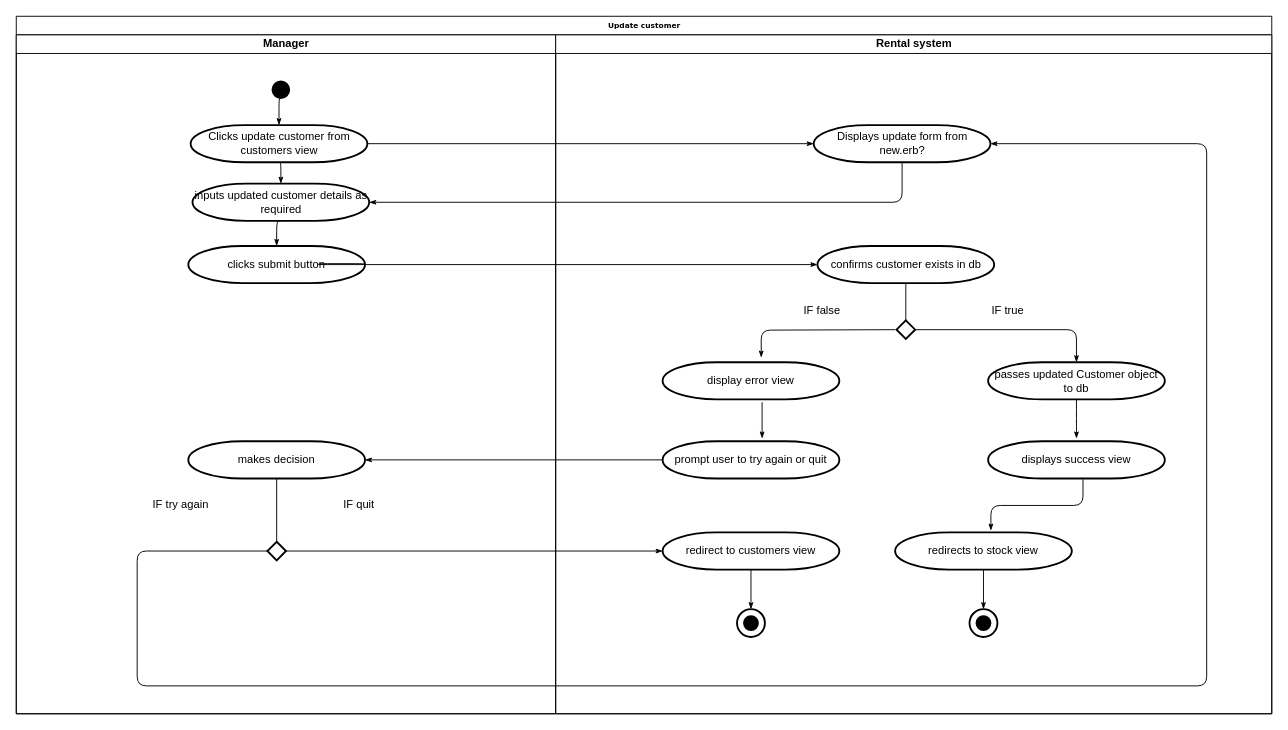
This is PDA/Diagrams/activity_diagrams/update_customer_activity_diagram.drawio from ED1978/Kitesurf-Rental-Store, a draw.io file, before an edit. Source tidied: cells renumbered, new cells numbered last; positions are measured from the earlier drawing's top-left corner, leaving out a move shared by most shapes. Both pictures are drawn from the tidied source at 93%, with x=0, y=0 at pixel (16, 16).
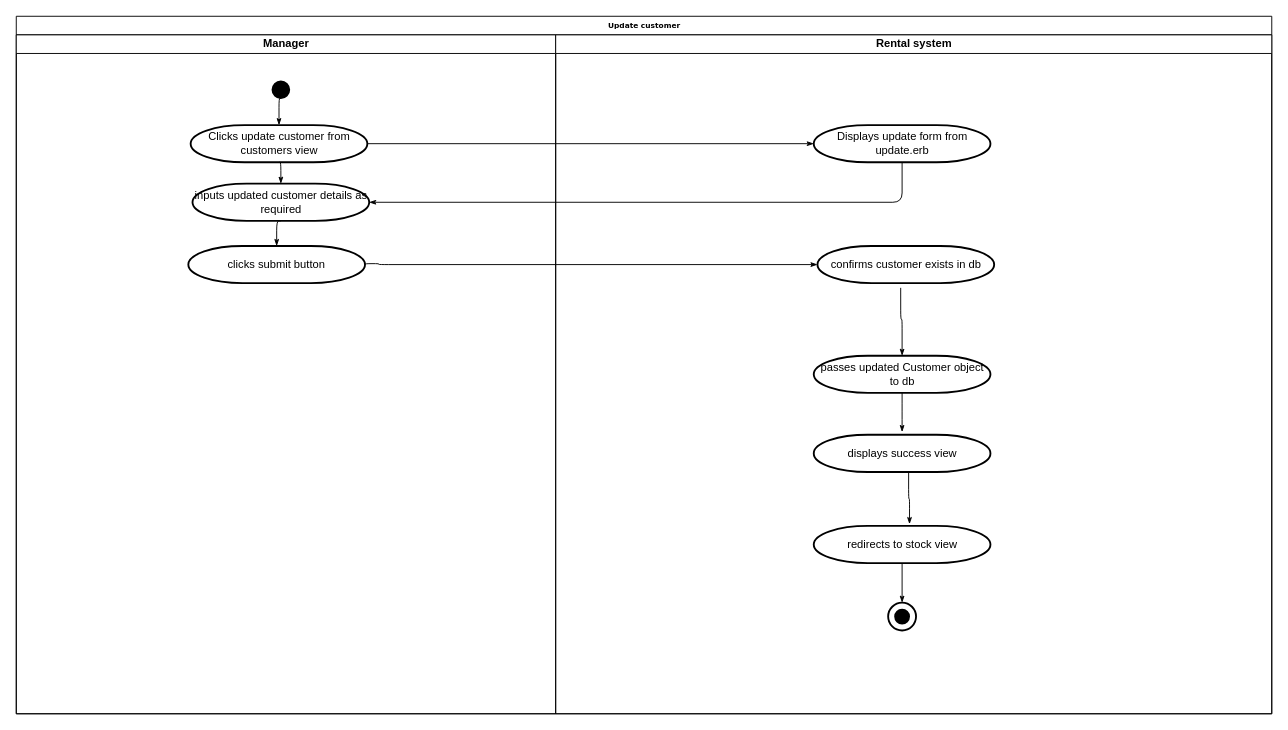
The same page after the edit.

Commit message:
update customer activity diagram updated

The change refers to these unchanged cells:
```xml
<mxCell id="2" value="Update customer" style="swimlane;html=1;startSize=20;rounded=0;shadow=0;labelBackgroundColor=none;strokeColor=#000000;strokeWidth=1;fillColor=#ffffff;fontFamily=Verdana;fontSize=8;fontColor=#000000;align=center;" parent="1" vertex="1">
  <mxGeometry width="1350" height="750" as="geometry" />
</mxCell>
<mxCell id="3" value="Manager" style="swimlane;html=1;startSize=20;" parent="2" vertex="1">
  <mxGeometry y="20" width="580" height="730" as="geometry" />
</mxCell>
<mxCell id="5" value="Clicks update customer from customers view" style="strokeWidth=2;html=1;shape=mxgraph.flowchart.terminator;whiteSpace=wrap;fillColor=#FFFFFF;" parent="3" vertex="1">
  <mxGeometry x="187.5" y="97" width="190" height="40" as="geometry" />
</mxCell>
<mxCell id="7" value="inputs updated customer details as required" style="strokeWidth=2;html=1;shape=mxgraph.flowchart.terminator;whiteSpace=wrap;fillColor=#FFFFFF;" parent="3" vertex="1">
  <mxGeometry x="189.5" y="160" width="190" height="40" as="geometry" />
</mxCell>
<mxCell id="8" value="clicks submit button" style="strokeWidth=2;html=1;shape=mxgraph.flowchart.terminator;whiteSpace=wrap;fillColor=#FFFFFF;" parent="3" vertex="1">
  <mxGeometry x="185" y="227" width="190" height="40" as="geometry" />
</mxCell>
<mxCell id="18" value="Rental system" style="swimlane;html=1;startSize=20;" parent="2" vertex="1">
  <mxGeometry x="580" y="20" width="770" height="730" as="geometry" />
</mxCell>
<mxCell id="23" value="confirms customer exists in db" style="strokeWidth=2;html=1;shape=mxgraph.flowchart.terminator;whiteSpace=wrap;fillColor=#FFFFFF;" parent="18" vertex="1">
  <mxGeometry x="281.5" y="227" width="190" height="40" as="geometry" />
</mxCell>
<mxCell id="46" style="strokeWidth=2;html=1;shape=mxgraph.flowchart.start_2;whiteSpace=wrap;fillColor=none;" parent="44" vertex="1">
  <mxGeometry width="30" height="30" as="geometry" />
</mxCell>
```

What changed in the source:
```diff
@@
-    <mxCell id="9" value="makes decision" style="strokeWidth=2;html=1;shape=mxgraph.flowchart.terminator;whiteSpace=wrap;fillColor=#FFFFFF;" parent="3" vertex="1">
-      <mxGeometry x="185" y="437" width="190" height="40" as="geometry" />
-    </mxCell>
-    <mxCell id="10" style="strokeWidth=2;html=1;shape=mxgraph.flowchart.decision;whiteSpace=wrap;" parent="3" vertex="1">
-      <mxGeometry x="270" y="545" width="20" height="20" as="geometry" />
-    </mxCell>
-    <mxCell id="11" style="endArrow=none;html=1;entryX=0.5;entryY=0;entryDx=0;entryDy=0;entryPerimeter=0;exitX=0.5;exitY=1;exitDx=0;exitDy=0;exitPerimeter=0;" parent="3" edge="1" source="9" target="10">
-      <mxGeometry relative="1" as="geometry" />
-    </mxCell>
@@
-    <mxCell id="13" value="IF quit" style="text;html=1;align=left;verticalAlign=top;spacingTop=-4;" parent="3" vertex="1">
-      <mxGeometry x="350" y="495" width="50" height="20" as="geometry" />
-    </mxCell>
-    <mxCell id="14" value="IF try again" style="text;html=1;align=left;verticalAlign=top;spacingTop=-4;" parent="3" vertex="1">
-      <mxGeometry x="145" y="495" width="80" height="20" as="geometry" />
-    </mxCell>
     <mxCell id="15" style="edgeStyle=orthogonalEdgeStyle;rounded=1;html=1;labelBackgroundColor=none;startArrow=none;startFill=0;startSize=5;endArrow=classicThin;endFill=1;endSize=5;jettySize=auto;strokeColor=#000000;strokeWidth=1;fontFamily=Verdana;fontSize=8;fontColor=#000000;entryX=0;entryY=0.5;entryDx=0;entryDy=0;entryPerimeter=0;exitX=1;exitY=0.5;exitDx=0;exitDy=0;exitPerimeter=0;" parent="2" edge="1" source="8" target="23">
       <mxGeometry relative="1" as="geometry">
         <Array as="points">
-          <mxPoint x="325" y="266" />
+          <mxPoint x="375" y="266" />
+          <mxPoint x="390" y="266" />
+          <mxPoint x="390" y="267" />
         </Array>
       </mxGeometry>
     </mxCell>
-    <mxCell id="16" style="edgeStyle=orthogonalEdgeStyle;rounded=1;html=1;labelBackgroundColor=none;startArrow=none;startFill=0;startSize=5;endArrow=classicThin;endFill=1;endSize=5;jettySize=auto;strokeColor=#000000;strokeWidth=1;fontFamily=Verdana;fontSize=8;fontColor=#000000;exitX=0;exitY=0.5;exitDx=0;exitDy=0;exitPerimeter=0;entryX=1;entryY=0.5;entryDx=0;entryDy=0;entryPerimeter=0;" parent="2" edge="1" source="30" target="9">
-      <mxGeometry relative="1" as="geometry" />
-    </mxCell>
-    <mxCell id="17" style="edgeStyle=orthogonalEdgeStyle;rounded=1;html=1;labelBackgroundColor=none;startArrow=none;startFill=0;startSize=5;endArrow=classicThin;endFill=1;endSize=5;jettySize=auto;strokeColor=#000000;strokeWidth=1;fontFamily=Verdana;fontSize=8;fontColor=#000000;exitX=0;exitY=0.5;exitDx=0;exitDy=0;exitPerimeter=0;entryX=1;entryY=0.5;entryDx=0;entryDy=0;entryPerimeter=0;" parent="2" edge="1" source="10" target="20">
-      <mxGeometry relative="1" as="geometry">
-        <Array as="points">
-          <mxPoint x="130" y="575" />
-          <mxPoint x="130" y="720" />
-          <mxPoint x="1280" y="720" />
-          <mxPoint x="1280" y="137" />
-        </Array>
-      </mxGeometry>
-    </mxCell>
@@
-    <mxCell id="19" value="display error view" style="strokeWidth=2;html=1;shape=mxgraph.flowchart.terminator;whiteSpace=wrap;fillColor=#FFFFFF;" parent="18" vertex="1">
-      <mxGeometry x="115" y="352" width="190" height="40" as="geometry" />
-    </mxCell>
-    <mxCell id="20" value="Displays update form from new.erb?" style="strokeWidth=2;html=1;shape=mxgraph.flowchart.terminator;whiteSpace=wrap;fillColor=#FFFFFF;" parent="18" vertex="1">
+    <mxCell id="20" value="Displays update form from update.erb" style="strokeWidth=2;html=1;shape=mxgraph.flowchart.terminator;whiteSpace=wrap;fillColor=#FFFFFF;" parent="18" vertex="1">
       <mxGeometry x="277.5" y="97" width="190" height="40" as="geometry" />
     </mxCell>
-    <mxCell id="21" style="strokeWidth=2;html=1;shape=mxgraph.flowchart.decision;whiteSpace=wrap;" parent="18" vertex="1">
-      <mxGeometry x="366.5" y="307" width="20" height="20" as="geometry" />
-    </mxCell>
-    <mxCell id="22" style="endArrow=none;html=1;entryX=0.5;entryY=1;entryDx=0;entryDy=0;entryPerimeter=0;exitX=0.5;exitY=0;exitDx=0;exitDy=0;exitPerimeter=0;" parent="18" edge="1" source="21" target="23">
-      <mxGeometry relative="1" as="geometry" />
-    </mxCell>
@@
-    <mxCell id="24" style="edgeStyle=orthogonalEdgeStyle;rounded=1;html=1;labelBackgroundColor=none;startArrow=none;startFill=0;startSize=5;endArrow=classicThin;endFill=1;endSize=5;jettySize=auto;strokeColor=#000000;strokeWidth=1;fontFamily=Verdana;fontSize=8;fontColor=#000000;entryX=0.558;entryY=-0.125;entryDx=0;entryDy=0;entryPerimeter=0;" parent="18" edge="1" target="19">
-      <mxGeometry relative="1" as="geometry">
-        <mxPoint x="365" y="317" as="sourcePoint" />
-      </mxGeometry>
-    </mxCell>
-    <mxCell id="25" value="IF false" style="text;html=1;align=left;verticalAlign=top;spacingTop=-4;" parent="18" vertex="1">
-      <mxGeometry x="265" y="287" width="50" height="20" as="geometry" />
-    </mxCell>
     <mxCell id="26" value="passes updated Customer object to db" style="strokeWidth=2;html=1;shape=mxgraph.flowchart.terminator;whiteSpace=wrap;fillColor=#FFFFFF;" parent="18" vertex="1">
-      <mxGeometry x="465" y="352" width="190" height="40" as="geometry" />
+      <mxGeometry x="277.5" y="345" width="190" height="40" as="geometry" />
     </mxCell>
-    <mxCell id="27" style="edgeStyle=orthogonalEdgeStyle;rounded=1;html=1;labelBackgroundColor=none;startArrow=none;startFill=0;startSize=5;endArrow=classicThin;endFill=1;endSize=5;jettySize=auto;strokeColor=#000000;strokeWidth=1;fontFamily=Verdana;fontSize=8;fontColor=#000000;exitX=1;exitY=0.5;exitDx=0;exitDy=0;exitPerimeter=0;" parent="18" edge="1" source="21" target="26">
+    <mxCell id="27" style="edgeStyle=orthogonalEdgeStyle;rounded=1;html=1;labelBackgroundColor=none;startArrow=none;startFill=0;startSize=5;endArrow=classicThin;endFill=1;endSize=5;jettySize=auto;strokeColor=#000000;strokeWidth=1;fontFamily=Verdana;fontSize=8;fontColor=#000000;exitX=0.471;exitY=1.125;exitDx=0;exitDy=0;exitPerimeter=0;" parent="18" edge="1" source="23" target="26">
       <mxGeometry relative="1" as="geometry" />
     </mxCell>
     <mxCell id="28" value="displays success view" style="strokeWidth=2;html=1;shape=mxgraph.flowchart.terminator;whiteSpace=wrap;fillColor=#FFFFFF;" parent="18" vertex="1">
-      <mxGeometry x="465" y="437" width="190" height="40" as="geometry" />
+      <mxGeometry x="277.5" y="430" width="190" height="40" as="geometry" />
     </mxCell>
     <mxCell id="29" style="edgeStyle=orthogonalEdgeStyle;rounded=1;html=1;labelBackgroundColor=none;startArrow=none;startFill=0;startSize=5;endArrow=classicThin;endFill=1;endSize=5;jettySize=auto;strokeColor=#000000;strokeWidth=1;fontFamily=Verdana;fontSize=8;fontColor=#000000;exitX=0.5;exitY=1;exitDx=0;exitDy=0;exitPerimeter=0;" parent="18" edge="1" source="26">
       <mxGeometry relative="1" as="geometry">
-        <mxPoint x="560" y="434" as="targetPoint" />
+        <mxPoint x="372.5" y="427" as="targetPoint" />
       </mxGeometry>
     </mxCell>
-    <mxCell id="30" value="prompt user to try again or quit" style="strokeWidth=2;html=1;shape=mxgraph.flowchart.terminator;whiteSpace=wrap;fillColor=#FFFFFF;" parent="18" vertex="1">
-      <mxGeometry x="115" y="437" width="190" height="40" as="geometry" />
-    </mxCell>
-    <mxCell id="31" style="edgeStyle=orthogonalEdgeStyle;rounded=1;html=1;labelBackgroundColor=none;startArrow=none;startFill=0;startSize=5;endArrow=classicThin;endFill=1;endSize=5;jettySize=auto;strokeColor=#000000;strokeWidth=1;fontFamily=Verdana;fontSize=8;fontColor=#000000;exitX=0.563;exitY=1.075;exitDx=0;exitDy=0;exitPerimeter=0;entryX=0.563;entryY=-0.075;entryDx=0;entryDy=0;entryPerimeter=0;" parent="18" edge="1" source="19" target="30">
-      <mxGeometry relative="1" as="geometry" />
-    </mxCell>
-    <mxCell id="32" value="IF true" style="text;html=1;align=left;verticalAlign=top;spacingTop=-4;" parent="18" vertex="1">
-      <mxGeometry x="467" y="287" width="50" height="20" as="geometry" />
-    </mxCell>
-    <mxCell id="33" value="redirect to customers view" style="strokeWidth=2;html=1;shape=mxgraph.flowchart.terminator;whiteSpace=wrap;fillColor=#FFFFFF;" parent="18" vertex="1">
-      <mxGeometry x="115" y="535" width="190" height="40" as="geometry" />
-    </mxCell>
-    <mxCell id="34" style="edgeStyle=orthogonalEdgeStyle;rounded=1;html=1;labelBackgroundColor=none;startArrow=none;startFill=0;startSize=5;endArrow=classicThin;endFill=1;endSize=5;jettySize=auto;strokeColor=#000000;strokeWidth=1;fontFamily=Verdana;fontSize=8;fontColor=#000000;entryX=0.5;entryY=0;entryDx=0;entryDy=0;entryPerimeter=0;exitX=0.5;exitY=1;exitDx=0;exitDy=0;exitPerimeter=0;" parent="18" edge="1" source="33" target="37">
-      <mxGeometry relative="1" as="geometry" />
-    </mxCell>
-    <mxCell id="35" style="group;" parent="18" vertex="1">
-      <mxGeometry x="195" y="617.5" width="30" height="30" as="geometry" />
-    </mxCell>
-    <mxCell id="36" style="strokeWidth=2;html=1;shape=mxgraph.flowchart.start_2;whiteSpace=wrap;fillColor=#000000;" parent="35" vertex="1">
-      <mxGeometry x="7.5" y="7.5" width="15" height="15" as="geometry" />
-    </mxCell>
-    <mxCell id="37" style="strokeWidth=2;html=1;shape=mxgraph.flowchart.start_2;whiteSpace=wrap;fillColor=none;" parent="35" vertex="1">
-      <mxGeometry width="30" height="30" as="geometry" />
-    </mxCell>
-    <mxCell id="38" style="edgeStyle=orthogonalEdgeStyle;rounded=1;html=1;labelBackgroundColor=none;startArrow=none;startFill=0;startSize=5;endArrow=classicThin;endFill=1;endSize=5;jettySize=auto;strokeColor=#000000;strokeWidth=1;fontFamily=Verdana;fontSize=8;fontColor=#000000;exitX=1;exitY=0.5;exitDx=0;exitDy=0;exitPerimeter=0;entryX=0;entryY=0.5;entryDx=0;entryDy=0;entryPerimeter=0;" parent="2" edge="1" source="5" target="20">
-      <mxGeometry relative="1" as="geometry" />
-    </mxCell>
-    <mxCell id="39" style="edgeStyle=orthogonalEdgeStyle;rounded=1;html=1;labelBackgroundColor=none;startArrow=none;startFill=0;startSize=5;endArrow=classicThin;endFill=1;endSize=5;jettySize=auto;strokeColor=#000000;strokeWidth=1;fontFamily=Verdana;fontSize=8;fontColor=#000000;exitX=0.5;exitY=1;exitDx=0;exitDy=0;exitPerimeter=0;entryX=1;entryY=0.5;entryDx=0;entryDy=0;entryPerimeter=0;" parent="2" edge="1" source="20" target="7">
-      <mxGeometry relative="1" as="geometry" />
-    </mxCell>
-    <mxCell id="40" style="edgeStyle=orthogonalEdgeStyle;rounded=1;html=1;labelBackgroundColor=none;startArrow=none;startFill=0;startSize=5;endArrow=classicThin;endFill=1;endSize=5;jettySize=auto;strokeColor=#000000;strokeWidth=1;fontFamily=Verdana;fontSize=8;fontColor=#000000;entryX=0;entryY=0.5;entryDx=0;entryDy=0;entryPerimeter=0;exitX=1;exitY=0.5;exitDx=0;exitDy=0;exitPerimeter=0;" parent="2" edge="1" source="10" target="33">
-      <mxGeometry relative="1" as="geometry" />
-    </mxCell>
-    <mxCell id="41" style="edgeStyle=orthogonalEdgeStyle;rounded=1;html=1;labelBackgroundColor=none;startArrow=none;startFill=0;startSize=5;endArrow=classicThin;endFill=1;endSize=5;jettySize=auto;strokeColor=#000000;strokeWidth=1;fontFamily=Verdana;fontSize=8;fontColor=#000000;exitX=0.537;exitY=1.025;exitDx=0;exitDy=0;exitPerimeter=0;entryX=0.542;entryY=-0.05;entryDx=0;entryDy=0;entryPerimeter=0;" parent="1" edge="1" source="28" target="42">
-      <mxGeometry relative="1" as="geometry" />
-    </mxCell>
-    <mxCell id="42" value="redirects to stock view" style="strokeWidth=2;html=1;shape=mxgraph.flowchart.terminator;whiteSpace=wrap;fillColor=#FFFFFF;" parent="1" vertex="1">
-      <mxGeometry x="945" y="555" width="190" height="40" as="geometry" />
+    <mxCell id="42" value="redirects to stock view" style="strokeWidth=2;html=1;shape=mxgraph.flowchart.terminator;whiteSpace=wrap;fillColor=#FFFFFF;" parent="18" vertex="1">
+      <mxGeometry x="277.5" y="528" width="190" height="40" as="geometry" />
     </mxCell>
-    <mxCell id="43" style="edgeStyle=orthogonalEdgeStyle;rounded=1;html=1;labelBackgroundColor=none;startArrow=none;startFill=0;startSize=5;endArrow=classicThin;endFill=1;endSize=5;jettySize=auto;strokeColor=#000000;strokeWidth=1;fontFamily=Verdana;fontSize=8;fontColor=#000000;exitX=0.5;exitY=1;exitDx=0;exitDy=0;exitPerimeter=0;entryX=0.5;entryY=0;entryDx=0;entryDy=0;entryPerimeter=0;" parent="1" edge="1" source="42" target="46">
+    <mxCell id="43" style="edgeStyle=orthogonalEdgeStyle;rounded=1;html=1;labelBackgroundColor=none;startArrow=none;startFill=0;startSize=5;endArrow=classicThin;endFill=1;endSize=5;jettySize=auto;strokeColor=#000000;strokeWidth=1;fontFamily=Verdana;fontSize=8;fontColor=#000000;exitX=0.5;exitY=1;exitDx=0;exitDy=0;exitPerimeter=0;entryX=0.5;entryY=0;entryDx=0;entryDy=0;entryPerimeter=0;" parent="18" edge="1" source="42" target="46">
       <mxGeometry relative="1" as="geometry" />
     </mxCell>
-    <mxCell id="44" style="group;" parent="1" vertex="1">
-      <mxGeometry x="1025" y="637.5" width="30" height="30" as="geometry" />
+    <mxCell id="44" style="group;" parent="18" vertex="1">
+      <mxGeometry x="357.5" y="610.5" width="30" height="30" as="geometry" />
     </mxCell>
@@
+    <mxCell id="41" style="edgeStyle=orthogonalEdgeStyle;rounded=1;html=1;labelBackgroundColor=none;startArrow=none;startFill=0;startSize=5;endArrow=classicThin;endFill=1;endSize=5;jettySize=auto;strokeColor=#000000;strokeWidth=1;fontFamily=Verdana;fontSize=8;fontColor=#000000;exitX=0.537;exitY=1.025;exitDx=0;exitDy=0;exitPerimeter=0;entryX=0.542;entryY=-0.05;entryDx=0;entryDy=0;entryPerimeter=0;" parent="18" edge="1" source="28" target="42">
+      <mxGeometry relative="1" as="geometry" />
+    </mxCell>
+    <mxCell id="38" style="edgeStyle=orthogonalEdgeStyle;rounded=1;html=1;labelBackgroundColor=none;startArrow=none;startFill=0;startSize=5;endArrow=classicThin;endFill=1;endSize=5;jettySize=auto;strokeColor=#000000;strokeWidth=1;fontFamily=Verdana;fontSize=8;fontColor=#000000;exitX=1;exitY=0.5;exitDx=0;exitDy=0;exitPerimeter=0;entryX=0;entryY=0.5;entryDx=0;entryDy=0;entryPerimeter=0;" parent="2" edge="1" source="5" target="20">
+      <mxGeometry relative="1" as="geometry" />
+    </mxCell>
+    <mxCell id="39" style="edgeStyle=orthogonalEdgeStyle;rounded=1;html=1;labelBackgroundColor=none;startArrow=none;startFill=0;startSize=5;endArrow=classicThin;endFill=1;endSize=5;jettySize=auto;strokeColor=#000000;strokeWidth=1;fontFamily=Verdana;fontSize=8;fontColor=#000000;exitX=0.5;exitY=1;exitDx=0;exitDy=0;exitPerimeter=0;entryX=1;entryY=0.5;entryDx=0;entryDy=0;entryPerimeter=0;" parent="2" edge="1" source="20" target="7">
+      <mxGeometry relative="1" as="geometry" />
+    </mxCell>
```
